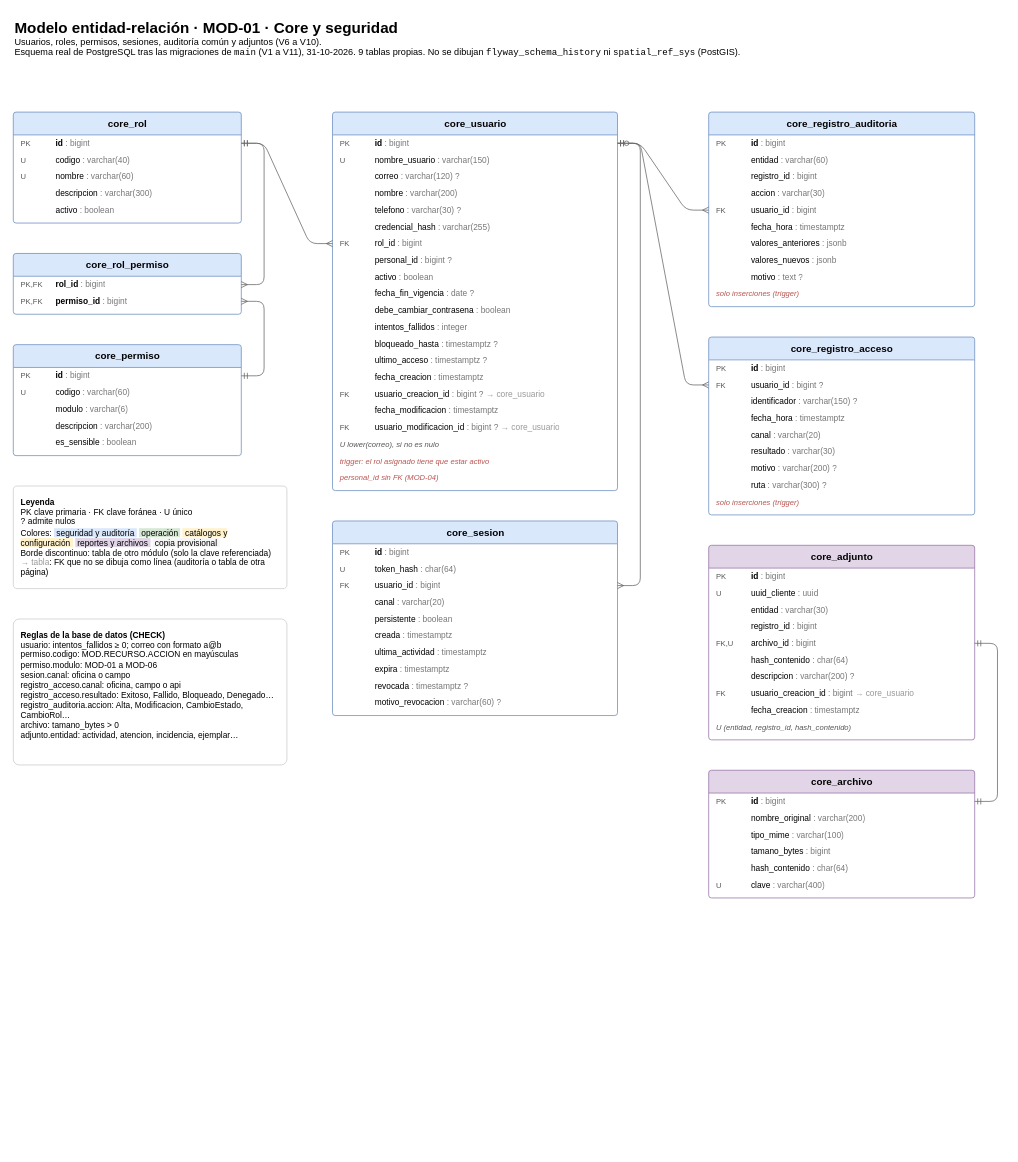
Above: page "MOD-01 · Core y seguridad" (1 of 7) of docs/base-datos/modelo-er.drawio in unite-z/konoha-backend (draw.io), before the change. Source tidied: cells renumbered, new cells numbered last; positions are measured from the earlier drawing's top-left corner, leaving out a move shared by most shapes. Both pictures are drawn from the tidied source at 76%, with x=0, y=0 at pixel (13, 13).
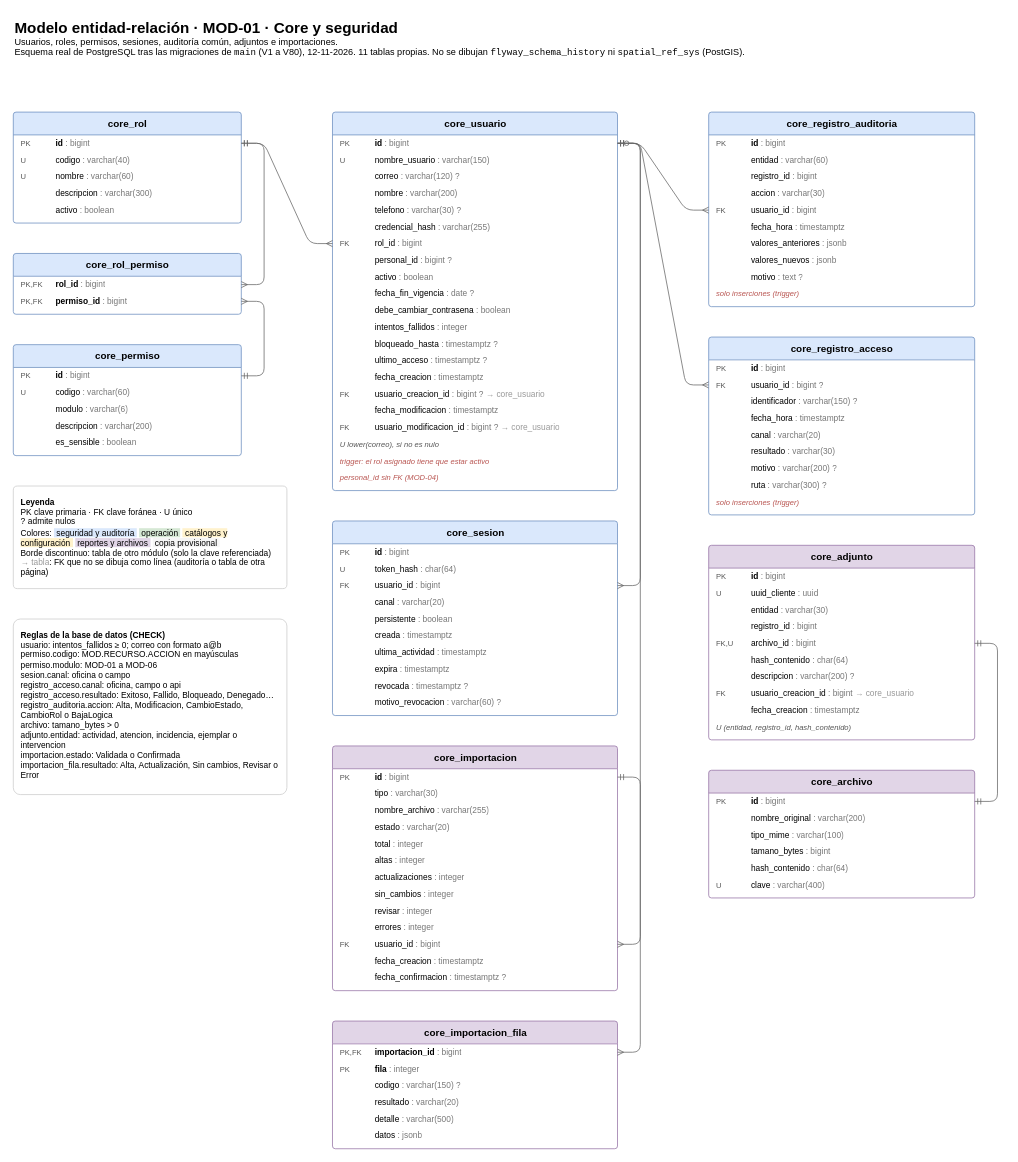
The same page after the edit.

Commit message (it also covers changes not shown here):
docs(AV-385): actualiza el modelo ER con las migraciones V12 a V80 (#173)

Unchanged cells that the change refers to:
```xml
<mxCell id="19" value="&lt;span style=&quot;display:inline-block;width:46px;color:#555;font-size:10px;&quot;&gt;PK&lt;/span&gt;&lt;span style=&quot;font-weight:bold;&quot;&gt;id&lt;/span&gt;&lt;span style=&quot;color:#777;&quot;&gt; : bigint&lt;/span&gt;" style="text;html=1;align=left;verticalAlign=middle;spacingLeft=8;spacingRight=4;overflow=hidden;points=[[0,0.5],[1,0.5]];portConstraint=eastwest;fontSize=11;fontFamily=Helvetica;" parent="18" vertex="1">
  <mxGeometry y="30" width="375" height="22" as="geometry" />
</mxCell>
<mxCell id="56" value="&lt;span style=&quot;display:inline-block;width:46px;color:#555;font-size:10px;&quot;&gt;FK&lt;/span&gt;&lt;span style=&quot;&quot;&gt;usuario_id&lt;/span&gt;&lt;span style=&quot;color:#777;&quot;&gt; : bigint&lt;/span&gt;" style="text;html=1;align=left;verticalAlign=middle;spacingLeft=8;spacingRight=4;overflow=hidden;points=[[0,0.5],[1,0.5]];portConstraint=eastwest;fontSize=11;fontFamily=Helvetica;" parent="51" vertex="1">
  <mxGeometry y="118" width="350" height="22" as="geometry" />
</mxCell>
<mxCell id="64" value="&lt;span style=&quot;display:inline-block;width:46px;color:#555;font-size:10px;&quot;&gt;FK&lt;/span&gt;&lt;span style=&quot;&quot;&gt;usuario_id&lt;/span&gt;&lt;span style=&quot;color:#777;&quot;&gt; : bigint ?&lt;/span&gt;" style="text;html=1;align=left;verticalAlign=middle;spacingLeft=8;spacingRight=4;overflow=hidden;points=[[0,0.5],[1,0.5]];portConstraint=eastwest;fontSize=11;fontFamily=Helvetica;" parent="62" vertex="1">
  <mxGeometry y="52" width="350" height="22" as="geometry" />
</mxCell>
<mxCell id="77" value="&lt;span style=&quot;display:inline-block;width:46px;color:#555;font-size:10px;&quot;&gt;FK,U&lt;/span&gt;&lt;span style=&quot;&quot;&gt;archivo_id&lt;/span&gt;&lt;span style=&quot;color:#777;&quot;&gt; : bigint&lt;/span&gt;" style="text;html=1;align=left;verticalAlign=middle;spacingLeft=8;spacingRight=4;overflow=hidden;points=[[0,0.5],[1,0.5]];portConstraint=eastwest;fontSize=11;fontFamily=Helvetica;" parent="72" vertex="1">
  <mxGeometry y="118" width="350" height="22" as="geometry" />
</mxCell>
<mxCell id="84" value="&lt;span style=&quot;display:inline-block;width:46px;color:#555;font-size:10px;&quot;&gt;PK&lt;/span&gt;&lt;span style=&quot;font-weight:bold;&quot;&gt;id&lt;/span&gt;&lt;span style=&quot;color:#777;&quot;&gt; : bigint&lt;/span&gt;" style="text;html=1;align=left;verticalAlign=middle;spacingLeft=8;spacingRight=4;overflow=hidden;points=[[0,0.5],[1,0.5]];portConstraint=eastwest;fontSize=11;fontFamily=Helvetica;" parent="83" vertex="1">
  <mxGeometry y="30" width="350" height="22" as="geometry" />
</mxCell>
```

The edit, as a diff of the source:
```diff
@@
-    <mxCell id="2" value="&lt;b style=&quot;font-size:20px;&quot;&gt;Modelo entidad-relación · MOD-01 · Core y seguridad&lt;/b&gt;&lt;br&gt;Usuarios, roles, permisos, sesiones, auditoría común y adjuntos (V6 a V10).&lt;br&gt;Esquema real de PostgreSQL tras las migraciones de &lt;code&gt;main&lt;/code&gt; (V1 a V11), 31-10-2026. 9 tablas propias. No se dibujan &lt;code&gt;flyway_schema_history&lt;/code&gt; ni &lt;code&gt;spatial_ref_sys&lt;/code&gt; (PostGIS)." style="text;html=1;align=left;verticalAlign=top;whiteSpace=wrap;fontFamily=Helvetica;fontSize=12;" parent="1" vertex="1">
+    <mxCell id="2" value="&lt;b style=&quot;font-size:20px;&quot;&gt;Modelo entidad-relación · MOD-01 · Core y seguridad&lt;/b&gt;&lt;br&gt;Usuarios, roles, permisos, sesiones, auditoría común, adjuntos e importaciones.&lt;br&gt;Esquema real de PostgreSQL tras las migraciones de &lt;code&gt;main&lt;/code&gt; (V1 a V80), 12-11-2026. 11 tablas propias. No se dibujan &lt;code&gt;flyway_schema_history&lt;/code&gt; ni &lt;code&gt;spatial_ref_sys&lt;/code&gt; (PostGIS)." style="text;html=1;align=left;verticalAlign=top;whiteSpace=wrap;fontFamily=Helvetica;fontSize=12;" parent="1" vertex="1">
       <mxGeometry width="1140" height="90" as="geometry" />
     </mxCell>
@@
+    <mxCell id="99" value="core_importacion" style="swimlane;fontStyle=1;horizontal=1;startSize=30;html=1;rounded=1;arcSize=4;fillColor=#e1d5e7;strokeColor=#9673a6;fontFamily=Helvetica;fontSize=13;swimlaneFillColor=#ffffff;" parent="1" vertex="1">
+      <mxGeometry x="420" y="964" width="375" height="322" as="geometry" />
+    </mxCell>
+    <mxCell id="100" value="&lt;span style=&quot;display:inline-block;width:46px;color:#555;font-size:10px;&quot;&gt;PK&lt;/span&gt;&lt;span style=&quot;font-weight:bold;&quot;&gt;id&lt;/span&gt;&lt;span style=&quot;color:#777;&quot;&gt; : bigint&lt;/span&gt;" style="text;html=1;align=left;verticalAlign=middle;spacingLeft=8;spacingRight=4;overflow=hidden;points=[[0,0.5],[1,0.5]];portConstraint=eastwest;fontSize=11;fontFamily=Helvetica;" parent="99" vertex="1">
+      <mxGeometry y="30" width="375" height="22" as="geometry" />
+    </mxCell>
+    <mxCell id="101" value="&lt;span style=&quot;display:inline-block;width:46px;color:#555;font-size:10px;&quot;&gt;&lt;/span&gt;&lt;span style=&quot;&quot;&gt;tipo&lt;/span&gt;&lt;span style=&quot;color:#777;&quot;&gt; : varchar(30)&lt;/span&gt;" style="text;html=1;align=left;verticalAlign=middle;spacingLeft=8;spacingRight=4;overflow=hidden;fontSize=11;fontFamily=Helvetica;" parent="99" vertex="1">
+      <mxGeometry y="52" width="375" height="22" as="geometry" />
+    </mxCell>
+    <mxCell id="102" value="&lt;span style=&quot;display:inline-block;width:46px;color:#555;font-size:10px;&quot;&gt;&lt;/span&gt;&lt;span style=&quot;&quot;&gt;nombre_archivo&lt;/span&gt;&lt;span style=&quot;color:#777;&quot;&gt; : varchar(255)&lt;/span&gt;" style="text;html=1;align=left;verticalAlign=middle;spacingLeft=8;spacingRight=4;overflow=hidden;fontSize=11;fontFamily=Helvetica;" parent="99" vertex="1">
+      <mxGeometry y="74" width="375" height="22" as="geometry" />
+    </mxCell>
+    <mxCell id="103" value="&lt;span style=&quot;display:inline-block;width:46px;color:#555;font-size:10px;&quot;&gt;&lt;/span&gt;&lt;span style=&quot;&quot;&gt;estado&lt;/span&gt;&lt;span style=&quot;color:#777;&quot;&gt; : varchar(20)&lt;/span&gt;" style="text;html=1;align=left;verticalAlign=middle;spacingLeft=8;spacingRight=4;overflow=hidden;fontSize=11;fontFamily=Helvetica;" parent="99" vertex="1">
+      <mxGeometry y="96" width="375" height="22" as="geometry" />
+    </mxCell>
+    <mxCell id="104" value="&lt;span style=&quot;display:inline-block;width:46px;color:#555;font-size:10px;&quot;&gt;&lt;/span&gt;&lt;span style=&quot;&quot;&gt;total&lt;/span&gt;&lt;span style=&quot;color:#777;&quot;&gt; : integer&lt;/span&gt;" style="text;html=1;align=left;verticalAlign=middle;spacingLeft=8;spacingRight=4;overflow=hidden;fontSize=11;fontFamily=Helvetica;" parent="99" vertex="1">
+      <mxGeometry y="118" width="375" height="22" as="geometry" />
+    </mxCell>
+    <mxCell id="105" value="&lt;span style=&quot;display:inline-block;width:46px;color:#555;font-size:10px;&quot;&gt;&lt;/span&gt;&lt;span style=&quot;&quot;&gt;altas&lt;/span&gt;&lt;span style=&quot;color:#777;&quot;&gt; : integer&lt;/span&gt;" style="text;html=1;align=left;verticalAlign=middle;spacingLeft=8;spacingRight=4;overflow=hidden;fontSize=11;fontFamily=Helvetica;" parent="99" vertex="1">
+      <mxGeometry y="140" width="375" height="22" as="geometry" />
+    </mxCell>
+    <mxCell id="106" value="&lt;span style=&quot;display:inline-block;width:46px;color:#555;font-size:10px;&quot;&gt;&lt;/span&gt;&lt;span style=&quot;&quot;&gt;actualizaciones&lt;/span&gt;&lt;span style=&quot;color:#777;&quot;&gt; : integer&lt;/span&gt;" style="text;html=1;align=left;verticalAlign=middle;spacingLeft=8;spacingRight=4;overflow=hidden;fontSize=11;fontFamily=Helvetica;" parent="99" vertex="1">
+      <mxGeometry y="162" width="375" height="22" as="geometry" />
+    </mxCell>
+    <mxCell id="107" value="&lt;span style=&quot;display:inline-block;width:46px;color:#555;font-size:10px;&quot;&gt;&lt;/span&gt;&lt;span style=&quot;&quot;&gt;sin_cambios&lt;/span&gt;&lt;span style=&quot;color:#777;&quot;&gt; : integer&lt;/span&gt;" style="text;html=1;align=left;verticalAlign=middle;spacingLeft=8;spacingRight=4;overflow=hidden;fontSize=11;fontFamily=Helvetica;" parent="99" vertex="1">
+      <mxGeometry y="184" width="375" height="22" as="geometry" />
+    </mxCell>
+    <mxCell id="108" value="&lt;span style=&quot;display:inline-block;width:46px;color:#555;font-size:10px;&quot;&gt;&lt;/span&gt;&lt;span style=&quot;&quot;&gt;revisar&lt;/span&gt;&lt;span style=&quot;color:#777;&quot;&gt; : integer&lt;/span&gt;" style="text;html=1;align=left;verticalAlign=middle;spacingLeft=8;spacingRight=4;overflow=hidden;fontSize=11;fontFamily=Helvetica;" parent="99" vertex="1">
+      <mxGeometry y="206" width="375" height="22" as="geometry" />
+    </mxCell>
+    <mxCell id="109" value="&lt;span style=&quot;display:inline-block;width:46px;color:#555;font-size:10px;&quot;&gt;&lt;/span&gt;&lt;span style=&quot;&quot;&gt;errores&lt;/span&gt;&lt;span style=&quot;color:#777;&quot;&gt; : integer&lt;/span&gt;" style="text;html=1;align=left;verticalAlign=middle;spacingLeft=8;spacingRight=4;overflow=hidden;fontSize=11;fontFamily=Helvetica;" parent="99" vertex="1">
+      <mxGeometry y="228" width="375" height="22" as="geometry" />
+    </mxCell>
+    <mxCell id="110" value="&lt;span style=&quot;display:inline-block;width:46px;color:#555;font-size:10px;&quot;&gt;FK&lt;/span&gt;&lt;span style=&quot;&quot;&gt;usuario_id&lt;/span&gt;&lt;span style=&quot;color:#777;&quot;&gt; : bigint&lt;/span&gt;" style="text;html=1;align=left;verticalAlign=middle;spacingLeft=8;spacingRight=4;overflow=hidden;points=[[0,0.5],[1,0.5]];portConstraint=eastwest;fontSize=11;fontFamily=Helvetica;" parent="99" vertex="1">
+      <mxGeometry y="250" width="375" height="22" as="geometry" />
+    </mxCell>
+    <mxCell id="111" value="&lt;span style=&quot;display:inline-block;width:46px;color:#555;font-size:10px;&quot;&gt;&lt;/span&gt;&lt;span style=&quot;&quot;&gt;fecha_creacion&lt;/span&gt;&lt;span style=&quot;color:#777;&quot;&gt; : timestamptz&lt;/span&gt;" style="text;html=1;align=left;verticalAlign=middle;spacingLeft=8;spacingRight=4;overflow=hidden;fontSize=11;fontFamily=Helvetica;" parent="99" vertex="1">
+      <mxGeometry y="272" width="375" height="22" as="geometry" />
+    </mxCell>
+    <mxCell id="112" value="&lt;span style=&quot;display:inline-block;width:46px;color:#555;font-size:10px;&quot;&gt;&lt;/span&gt;&lt;span style=&quot;&quot;&gt;fecha_confirmacion&lt;/span&gt;&lt;span style=&quot;color:#777;&quot;&gt; : timestamptz ?&lt;/span&gt;" style="text;html=1;align=left;verticalAlign=middle;spacingLeft=8;spacingRight=4;overflow=hidden;fontSize=11;fontFamily=Helvetica;" parent="99" vertex="1">
+      <mxGeometry y="294" width="375" height="22" as="geometry" />
+    </mxCell>
+    <mxCell id="113" value="core_importacion_fila" style="swimlane;fontStyle=1;horizontal=1;startSize=30;html=1;rounded=1;arcSize=4;fillColor=#e1d5e7;strokeColor=#9673a6;fontFamily=Helvetica;fontSize=13;swimlaneFillColor=#ffffff;" parent="1" vertex="1">
+      <mxGeometry x="420" y="1326" width="375" height="168" as="geometry" />
+    </mxCell>
+    <mxCell id="114" value="&lt;span style=&quot;display:inline-block;width:46px;color:#555;font-size:10px;&quot;&gt;PK,FK&lt;/span&gt;&lt;span style=&quot;font-weight:bold;&quot;&gt;importacion_id&lt;/span&gt;&lt;span style=&quot;color:#777;&quot;&gt; : bigint&lt;/span&gt;" style="text;html=1;align=left;verticalAlign=middle;spacingLeft=8;spacingRight=4;overflow=hidden;points=[[0,0.5],[1,0.5]];portConstraint=eastwest;fontSize=11;fontFamily=Helvetica;" parent="113" vertex="1">
+      <mxGeometry y="30" width="375" height="22" as="geometry" />
+    </mxCell>
+    <mxCell id="115" value="&lt;span style=&quot;display:inline-block;width:46px;color:#555;font-size:10px;&quot;&gt;PK&lt;/span&gt;&lt;span style=&quot;font-weight:bold;&quot;&gt;fila&lt;/span&gt;&lt;span style=&quot;color:#777;&quot;&gt; : integer&lt;/span&gt;" style="text;html=1;align=left;verticalAlign=middle;spacingLeft=8;spacingRight=4;overflow=hidden;fontSize=11;fontFamily=Helvetica;" parent="113" vertex="1">
+      <mxGeometry y="52" width="375" height="22" as="geometry" />
+    </mxCell>
+    <mxCell id="116" value="&lt;span style=&quot;display:inline-block;width:46px;color:#555;font-size:10px;&quot;&gt;&lt;/span&gt;&lt;span style=&quot;&quot;&gt;codigo&lt;/span&gt;&lt;span style=&quot;color:#777;&quot;&gt; : varchar(150) ?&lt;/span&gt;" style="text;html=1;align=left;verticalAlign=middle;spacingLeft=8;spacingRight=4;overflow=hidden;fontSize=11;fontFamily=Helvetica;" parent="113" vertex="1">
+      <mxGeometry y="74" width="375" height="22" as="geometry" />
+    </mxCell>
+    <mxCell id="117" value="&lt;span style=&quot;display:inline-block;width:46px;color:#555;font-size:10px;&quot;&gt;&lt;/span&gt;&lt;span style=&quot;&quot;&gt;resultado&lt;/span&gt;&lt;span style=&quot;color:#777;&quot;&gt; : varchar(20)&lt;/span&gt;" style="text;html=1;align=left;verticalAlign=middle;spacingLeft=8;spacingRight=4;overflow=hidden;fontSize=11;fontFamily=Helvetica;" parent="113" vertex="1">
+      <mxGeometry y="96" width="375" height="22" as="geometry" />
+    </mxCell>
+    <mxCell id="118" value="&lt;span style=&quot;display:inline-block;width:46px;color:#555;font-size:10px;&quot;&gt;&lt;/span&gt;&lt;span style=&quot;&quot;&gt;detalle&lt;/span&gt;&lt;span style=&quot;color:#777;&quot;&gt; : varchar(500)&lt;/span&gt;" style="text;html=1;align=left;verticalAlign=middle;spacingLeft=8;spacingRight=4;overflow=hidden;fontSize=11;fontFamily=Helvetica;" parent="113" vertex="1">
+      <mxGeometry y="118" width="375" height="22" as="geometry" />
+    </mxCell>
+    <mxCell id="119" value="&lt;span style=&quot;display:inline-block;width:46px;color:#555;font-size:10px;&quot;&gt;&lt;/span&gt;&lt;span style=&quot;&quot;&gt;datos&lt;/span&gt;&lt;span style=&quot;color:#777;&quot;&gt; : jsonb&lt;/span&gt;" style="text;html=1;align=left;verticalAlign=middle;spacingLeft=8;spacingRight=4;overflow=hidden;fontSize=11;fontFamily=Helvetica;" parent="113" vertex="1">
+      <mxGeometry y="140" width="375" height="22" as="geometry" />
+    </mxCell>
@@
-    <mxCell id="91" value="&lt;b&gt;Reglas de la base de datos (CHECK)&lt;/b&gt;&lt;br&gt;usuario: intentos_fallidos ≥ 0; correo con formato a@b&lt;br&gt;permiso.codigo: MOD.RECURSO.ACCION en mayúsculas&lt;br&gt;permiso.modulo: MOD-01 a MOD-06&lt;br&gt;sesion.canal: oficina o campo&lt;br&gt;registro_acceso.canal: oficina, campo o api&lt;br&gt;registro_acceso.resultado: Exitoso, Fallido, Bloqueado, Denegado…&lt;br&gt;registro_auditoria.accion: Alta, Modificacion, CambioEstado, CambioRol…&lt;br&gt;archivo: tamano_bytes &amp;gt; 0&lt;br&gt;adjunto.entidad: actividad, atencion, incidencia, ejemplar…" style="rounded=1;arcSize=4;html=1;align=left;verticalAlign=top;whiteSpace=wrap;spacing=10;fontSize=11;fillColor=#ffffff;strokeColor=#cccccc;" parent="1" vertex="1">
-      <mxGeometry y="797" width="360" height="192" as="geometry" />
+    <mxCell id="91" value="&lt;b&gt;Reglas de la base de datos (CHECK)&lt;/b&gt;&lt;br&gt;usuario: intentos_fallidos ≥ 0; correo con formato a@b&lt;br&gt;permiso.codigo: MOD.RECURSO.ACCION en mayúsculas&lt;br&gt;permiso.modulo: MOD-01 a MOD-06&lt;br&gt;sesion.canal: oficina o campo&lt;br&gt;registro_acceso.canal: oficina, campo o api&lt;br&gt;registro_acceso.resultado: Exitoso, Fallido, Bloqueado, Denegado…&lt;br&gt;registro_auditoria.accion: Alta, Modificacion, CambioEstado, CambioRol o BajaLogica&lt;br&gt;archivo: tamano_bytes &amp;gt; 0&lt;br&gt;adjunto.entidad: actividad, atencion, incidencia, ejemplar o intervencion&lt;br&gt;importacion.estado: Validada o Confirmada&lt;br&gt;importacion_fila.resultado: Alta, Actualización, Sin cambios, Revisar o Error" style="rounded=1;arcSize=4;html=1;align=left;verticalAlign=top;whiteSpace=wrap;spacing=10;fontSize=11;fillColor=#ffffff;strokeColor=#cccccc;" parent="1" vertex="1">
+      <mxGeometry y="797" width="360" height="231" as="geometry" />
     </mxCell>
@@
-    <mxCell id="96" style="edgeStyle=entityRelationEdgeStyle;html=1;rounded=1;endArrow=ERmandOne;startArrow=ERmany;endFill=0;startFill=0;strokeColor=#666666;strokeWidth=1;" parent="1" edge="1" source="56" target="19">
+    <mxCell id="96" style="edgeStyle=entityRelationEdgeStyle;html=1;rounded=1;endArrow=ERmandOne;startArrow=ERmany;endFill=0;startFill=0;strokeColor=#666666;strokeWidth=1;" parent="1" edge="1" source="110" target="19">
       <mxGeometry relative="1" as="geometry" />
     </mxCell>
-    <mxCell id="97" style="edgeStyle=entityRelationEdgeStyle;html=1;rounded=1;endArrow=ERzeroToOne;startArrow=ERmany;endFill=0;startFill=0;strokeColor=#666666;strokeWidth=1;" parent="1" edge="1" source="64" target="19">
+    <mxCell id="97" style="edgeStyle=entityRelationEdgeStyle;html=1;rounded=1;endArrow=ERmandOne;startArrow=ERmany;endFill=0;startFill=0;strokeColor=#666666;strokeWidth=1;" parent="1" edge="1" source="114" target="100">
       <mxGeometry relative="1" as="geometry" />
     </mxCell>
-    <mxCell id="98" style="edgeStyle=entityRelationEdgeStyle;html=1;rounded=1;endArrow=ERmandOne;startArrow=ERmandOne;endFill=0;startFill=0;strokeColor=#666666;strokeWidth=1;" parent="1" edge="1" source="77" target="84">
+    <mxCell id="98" style="edgeStyle=entityRelationEdgeStyle;html=1;rounded=1;endArrow=ERmandOne;startArrow=ERmany;endFill=0;startFill=0;strokeColor=#666666;strokeWidth=1;" parent="1" edge="1" source="56" target="19">
       <mxGeometry relative="1" as="geometry" />
     </mxCell>
+    <mxCell id="120" style="edgeStyle=entityRelationEdgeStyle;html=1;rounded=1;endArrow=ERzeroToOne;startArrow=ERmany;endFill=0;startFill=0;strokeColor=#666666;strokeWidth=1;" parent="1" edge="1" source="64" target="19">
+      <mxGeometry relative="1" as="geometry" />
+    </mxCell>
+    <mxCell id="121" style="edgeStyle=entityRelationEdgeStyle;html=1;rounded=1;endArrow=ERmandOne;startArrow=ERmandOne;endFill=0;startFill=0;strokeColor=#666666;strokeWidth=1;" parent="1" edge="1" source="77" target="84">
+      <mxGeometry relative="1" as="geometry" />
+    </mxCell>
```
